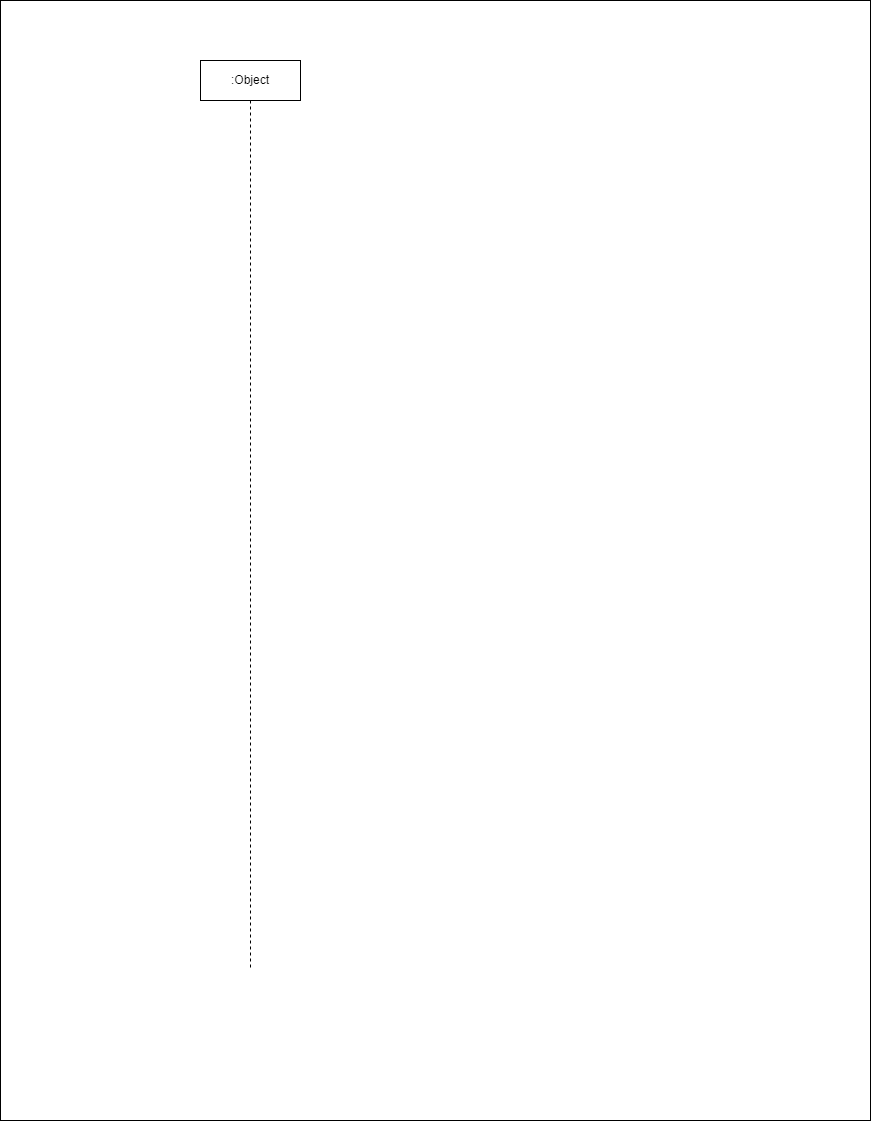
Above: Diagrams/sequence1-admin.drawio.png in Jemikemi/Inventory-Sys-SENG-302 (draw.io), before the change. Source tidied: cells renumbered, new cells last; positions are measured from the earlier drawing's top-left corner, leaving out a move shared by most shapes.
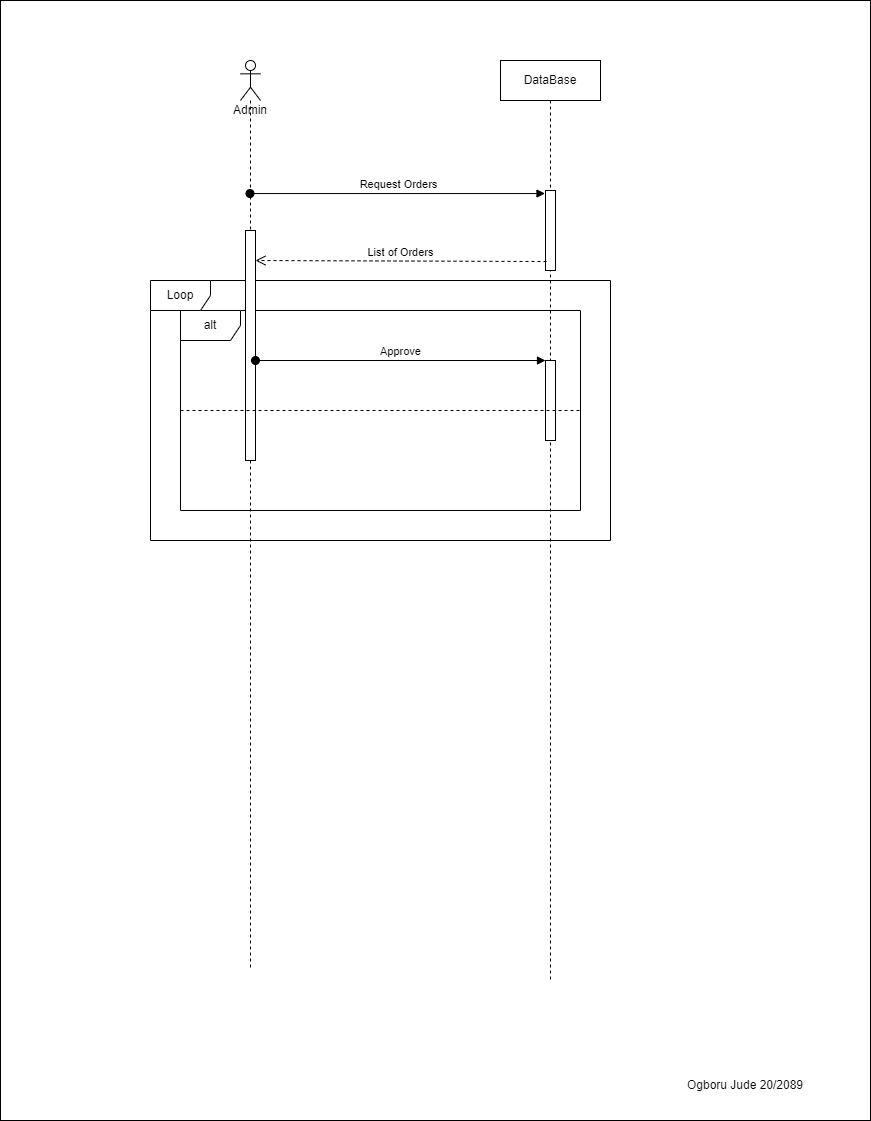
Later version of the same file.

The edit, as a diff of the source:
```diff
@@ -5,8 +5,45 @@
     <mxCell id="2" style="rounded=0;whiteSpace=wrap;html=1;" parent="1" vertex="1">
       <mxGeometry width="870" height="1120" as="geometry" />
     </mxCell>
-    <mxCell id="3" value=":Object" style="shape=umlLifeline;perimeter=lifelinePerimeter;whiteSpace=wrap;html=1;" parent="1" vertex="1">
-      <mxGeometry x="200" y="60" width="100" height="910" as="geometry" />
-    </mxCell>
+    <mxCell id="4" value="DataBase" style="shape=umlLifeline;perimeter=lifelinePerimeter;whiteSpace=wrap;html=1;" parent="1" vertex="1">
+      <mxGeometry x="500" y="60" width="100" height="920" as="geometry" />
+    </mxCell>
+    <mxCell id="5" style="html=1;points=[];perimeter=orthogonalPerimeter;" parent="4" vertex="1">
+      <mxGeometry x="45" y="130" width="10" height="80" as="geometry" />
+    </mxCell>
+    <mxCell id="6" value="alt" style="shape=umlFrame;whiteSpace=wrap;html=1;" parent="1" vertex="1">
+      <mxGeometry x="180" y="310" width="400" height="200" as="geometry" />
+    </mxCell>
+    <mxCell id="7" value="Request Orders" style="html=1;verticalAlign=bottom;startArrow=oval;endArrow=block;startSize=8;entryX=-0.05;entryY=0.038;entryDx=0;entryDy=0;entryPerimeter=0;" parent="1" edge="1" target="5">
+      <mxGeometry relative="1" as="geometry">
+        <mxPoint x="249.5" y="193" as="sourcePoint" />
+      </mxGeometry>
+    </mxCell>
+    <mxCell id="8" value="List of Orders" style="html=1;verticalAlign=bottom;endArrow=open;dashed=1;endSize=8;exitX=0.1;exitY=0.888;exitDx=0;exitDy=0;exitPerimeter=0;" parent="1" edge="1" source="5">
+      <mxGeometry relative="1" as="geometry">
+        <mxPoint x="255" y="260" as="targetPoint" />
+      </mxGeometry>
+    </mxCell>
+    <mxCell id="9" value="Loop" style="shape=umlFrame;whiteSpace=wrap;html=1;" parent="1" vertex="1">
+      <mxGeometry x="150" y="280" width="460" height="260" as="geometry" />
+    </mxCell>
+    <mxCell id="10" value="Admin" style="shape=umlLifeline;participant=umlActor;perimeter=lifelinePerimeter;whiteSpace=wrap;html=1;verticalAlign=top;spacingTop=36;" parent="1" vertex="1">
+      <mxGeometry x="240" y="60" width="20" height="910" as="geometry" />
+    </mxCell>
+    <mxCell id="11" style="html=1;points=[];perimeter=orthogonalPerimeter;" parent="10" vertex="1">
+      <mxGeometry x="5" y="170" width="10" height="230" as="geometry" />
+    </mxCell>
+    <mxCell id="12" value="Approve" style="html=1;verticalAlign=bottom;startArrow=oval;startFill=1;endArrow=block;startSize=8;" parent="1" edge="1" source="11" target="13">
+      <mxGeometry relative="1" as="geometry" />
+    </mxCell>
+    <mxCell id="13" style="html=1;points=[];perimeter=orthogonalPerimeter;" parent="1" vertex="1">
+      <mxGeometry x="545" y="360" width="10" height="80" as="geometry" />
+    </mxCell>
+    <mxCell id="14" style="line;strokeWidth=1;fillColor=none;align=left;verticalAlign=middle;spacingTop=-1;spacingLeft=3;spacingRight=3;labelPosition=right;dashed=1;" parent="1" vertex="1">
+      <mxGeometry x="180" y="406" width="400" height="8" as="geometry" />
+    </mxCell>
+    <mxCell id="15" value="Ogboru Jude 20/2089" style="text;html=1;strokeColor=none;fillColor=none;align=center;verticalAlign=middle;whiteSpace=wrap;rounded=0;" parent="1" vertex="1">
+      <mxGeometry x="640" y="1070" width="210" height="30" as="geometry" />
+    </mxCell>
   </root>
 </mxGraphModel>
```
